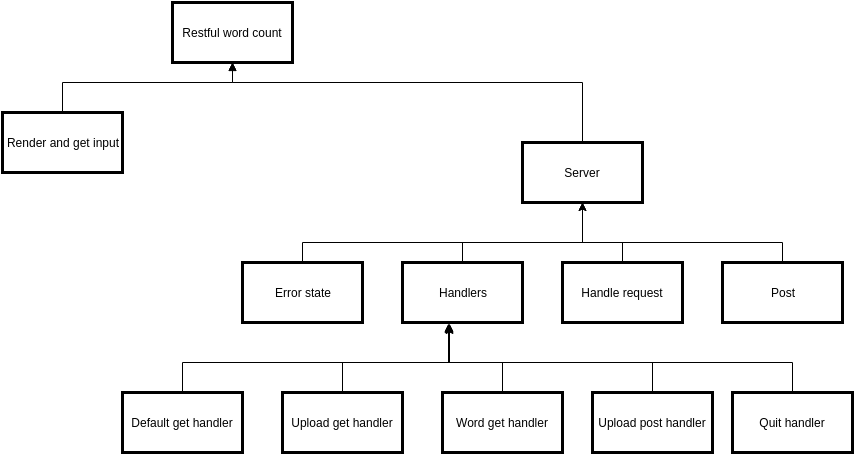
The draw.io diagram 33-restful/diagrama-simples.png in hugogrochau/exercises-in-programming-style, before a commit. Source tidied: cells renumbered, new cells last; positions are measured from the earlier drawing's top-left corner, leaving out a move shared by most shapes. Source of this version:
```xml
<mxGraphModel background="#ffffff">
  <root>
    <mxCell id="0" style="html=1;" />
    <mxCell id="1" style="html=1;" parent="0" />
    <mxCell id="2" value="Restful word count" style="whiteSpace=wrap;strokeWidth=3;html=1;" parent="1" vertex="1">
      <mxGeometry x="170" width="120" height="60" as="geometry" />
    </mxCell>
    <mxCell id="3" value="Render and get input" style="whiteSpace=wrap;strokeWidth=3;html=1;" parent="1" vertex="1">
      <mxGeometry y="110" width="120" height="60" as="geometry" />
    </mxCell>
    <mxCell id="4" style="edgeStyle=elbowEdgeStyle;elbow=vertical;rounded=0;html=1;" parent="1" edge="1" source="3" target="2">
      <mxGeometry relative="1" as="geometry">
        <Array as="points">
          <mxPoint x="230" y="80" />
          <mxPoint x="200" y="80" />
        </Array>
      </mxGeometry>
    </mxCell>
    <mxCell id="5" style="edgeStyle=orthogonalEdgeStyle;rounded=0;html=1;entryX=0.5;entryY=1;startArrow=none;startFill=0;endArrow=block;endFill=1;jettySize=auto;fontSize=10;" parent="1" edge="1" source="6" target="2">
      <mxGeometry relative="1" as="geometry">
        <Array as="points">
          <mxPoint x="580" y="80" />
          <mxPoint x="230" y="80" />
        </Array>
      </mxGeometry>
    </mxCell>
    <mxCell id="6" value="&lt;div&gt;Server&lt;/div&gt;" style="whiteSpace=wrap;strokeWidth=3;html=1;" parent="1" vertex="1">
      <mxGeometry x="520" y="140" width="120" height="60" as="geometry" />
    </mxCell>
    <mxCell id="7" style="edgeStyle=orthogonalEdgeStyle;rounded=0;html=1;exitX=0.5;exitY=0;entryX=0.5;entryY=0;startArrow=none;startFill=0;endArrow=none;endFill=0;jettySize=auto;orthogonalLoop=1;fontSize=10;" parent="1" edge="1" source="6" target="6">
      <mxGeometry relative="1" as="geometry" />
    </mxCell>
    <mxCell id="8" style="edgeStyle=orthogonalEdgeStyle;rounded=0;html=1;entryX=0.5;entryY=1;startArrow=none;startFill=0;endArrow=none;endFill=0;jettySize=auto;fontSize=10;" parent="1" edge="1" source="9" target="6">
      <mxGeometry relative="1" as="geometry">
        <Array as="points">
          <mxPoint x="300" y="240" />
          <mxPoint x="580" y="240" />
        </Array>
      </mxGeometry>
    </mxCell>
    <mxCell id="9" value="Error state" style="whiteSpace=wrap;strokeWidth=3;html=1;" parent="1" vertex="1">
      <mxGeometry x="240" y="260" width="120" height="60" as="geometry" />
    </mxCell>
    <mxCell id="10" style="edgeStyle=orthogonalEdgeStyle;rounded=0;html=1;startArrow=none;startFill=0;endArrow=none;endFill=0;jettySize=auto;fontSize=10;" parent="1" edge="1" source="11" target="6">
      <mxGeometry relative="1" as="geometry">
        <Array as="points">
          <mxPoint x="460" y="240" />
          <mxPoint x="580" y="240" />
        </Array>
      </mxGeometry>
    </mxCell>
    <mxCell id="11" value="Handlers" style="whiteSpace=wrap;strokeWidth=3;html=1;" parent="1" vertex="1">
      <mxGeometry x="400" y="260" width="120" height="60" as="geometry" />
    </mxCell>
    <mxCell id="12" value="Quit handler" style="whiteSpace=wrap;strokeWidth=3;html=1;" parent="1" vertex="1">
      <mxGeometry x="730" y="390" width="120" height="60" as="geometry" />
    </mxCell>
    <mxCell id="13" style="edgeStyle=orthogonalEdgeStyle;rounded=0;html=1;entryX=0.5;entryY=1;startArrow=none;startFill=0;endArrow=classic;endFill=1;jettySize=auto;fontSize=10;" parent="1" edge="1" source="14" target="6">
      <mxGeometry relative="1" as="geometry">
        <Array as="points">
          <mxPoint x="780" y="240" />
          <mxPoint x="580" y="240" />
        </Array>
      </mxGeometry>
    </mxCell>
    <mxCell id="14" value="Post" style="whiteSpace=wrap;strokeWidth=3;html=1;" parent="1" vertex="1">
      <mxGeometry x="720" y="260" width="120" height="60" as="geometry" />
    </mxCell>
    <mxCell id="15" value="Default get handler" style="whiteSpace=wrap;strokeWidth=3;html=1;" parent="1" vertex="1">
      <mxGeometry x="120" y="390" width="120" height="60" as="geometry" />
    </mxCell>
    <mxCell id="16" value="Upload get handler" style="whiteSpace=wrap;strokeWidth=3;html=1;" parent="1" vertex="1">
      <mxGeometry x="280" y="390" width="120" height="60" as="geometry" />
    </mxCell>
    <mxCell id="17" value="Word get handler" style="whiteSpace=wrap;strokeWidth=3;html=1;" parent="1" vertex="1">
      <mxGeometry x="440" y="390" width="120" height="60" as="geometry" />
    </mxCell>
    <mxCell id="18" value="Upload post handler" style="whiteSpace=wrap;strokeWidth=3;html=1;" parent="1" vertex="1">
      <mxGeometry x="590" y="390" width="120" height="60" as="geometry" />
    </mxCell>
    <mxCell id="19" value="Handle request" style="whiteSpace=wrap;strokeWidth=3;html=1;" parent="1" vertex="1">
      <mxGeometry x="560" y="260" width="120" height="60" as="geometry" />
    </mxCell>
    <mxCell id="20" style="edgeStyle=orthogonalEdgeStyle;rounded=0;html=1;startArrow=none;startFill=0;endArrow=classic;endFill=1;jettySize=auto;fontSize=10;" parent="1" edge="1" source="19" target="6">
      <mxGeometry relative="1" as="geometry">
        <Array as="points">
          <mxPoint x="620" y="240" />
          <mxPoint x="580" y="240" />
        </Array>
      </mxGeometry>
    </mxCell>
    <mxCell id="21" style="edgeStyle=orthogonalEdgeStyle;rounded=0;html=1;startArrow=none;startFill=0;endArrow=classic;endFill=1;jettySize=auto;fontSize=10;entryX=0.392;entryY=1.033;entryPerimeter=0;" parent="1" edge="1" source="17" target="11">
      <mxGeometry relative="1" as="geometry">
        <Array as="points">
          <mxPoint x="500" y="360" />
          <mxPoint x="447" y="360" />
        </Array>
      </mxGeometry>
    </mxCell>
    <mxCell id="22" style="edgeStyle=orthogonalEdgeStyle;rounded=0;html=1;entryX=0.392;entryY=1.017;entryPerimeter=0;startArrow=none;startFill=0;endArrow=classic;endFill=1;jettySize=auto;fontSize=10;" parent="1" edge="1" source="18" target="11">
      <mxGeometry relative="1" as="geometry">
        <Array as="points">
          <mxPoint x="650" y="360" />
          <mxPoint x="447" y="360" />
        </Array>
      </mxGeometry>
    </mxCell>
    <mxCell id="23" style="edgeStyle=orthogonalEdgeStyle;rounded=0;html=1;entryX=0.383;entryY=1.033;entryPerimeter=0;startArrow=none;startFill=0;endArrow=classic;endFill=1;jettySize=auto;fontSize=10;" parent="1" edge="1" source="12" target="11">
      <mxGeometry relative="1" as="geometry">
        <Array as="points">
          <mxPoint x="790" y="360" />
          <mxPoint x="446" y="360" />
        </Array>
      </mxGeometry>
    </mxCell>
    <mxCell id="24" style="edgeStyle=orthogonalEdgeStyle;rounded=0;html=1;entryX=0.383;entryY=1.017;entryPerimeter=0;startArrow=none;startFill=0;endArrow=classic;endFill=1;jettySize=auto;fontSize=10;" parent="1" edge="1" source="16" target="11">
      <mxGeometry relative="1" as="geometry">
        <Array as="points">
          <mxPoint x="340" y="360" />
          <mxPoint x="446" y="360" />
        </Array>
      </mxGeometry>
    </mxCell>
    <mxCell id="25" style="edgeStyle=orthogonalEdgeStyle;rounded=0;html=1;entryX=0.392;entryY=1.05;entryPerimeter=0;startArrow=none;startFill=0;endArrow=classic;endFill=1;jettySize=auto;fontSize=10;" parent="1" edge="1" source="15" target="11">
      <mxGeometry relative="1" as="geometry">
        <Array as="points">
          <mxPoint x="180" y="360" />
          <mxPoint x="447" y="360" />
        </Array>
      </mxGeometry>
    </mxCell>
  </root>
</mxGraphModel>
```
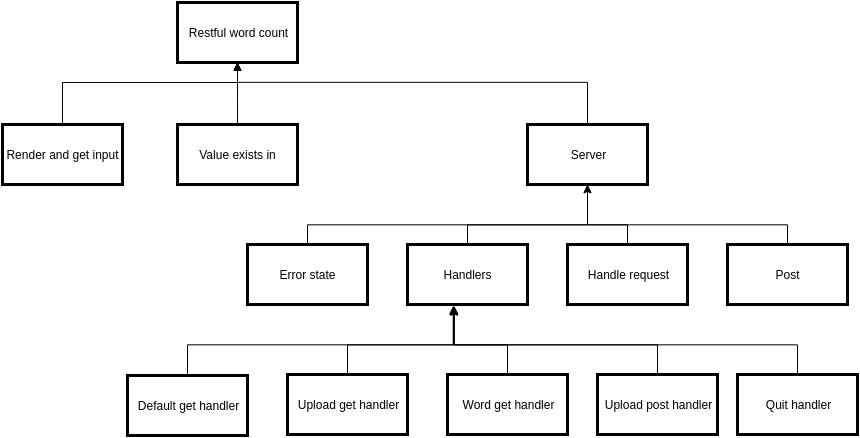
The same diagram one commit later.

Commit message:
Add new function to diagrams

Change to the diagram source:
```diff
@@ -3,24 +3,24 @@
     <mxCell id="0" style="html=1;" />
     <mxCell id="1" style="html=1;" parent="0" />
     <mxCell id="2" value="Restful word count" style="whiteSpace=wrap;strokeWidth=3;html=1;" parent="1" vertex="1">
-      <mxGeometry x="170" width="120" height="60" as="geometry" />
+      <mxGeometry x="170" y="18" width="120" height="60" as="geometry" />
     </mxCell>
     <mxCell id="3" value="Render and get input" style="whiteSpace=wrap;strokeWidth=3;html=1;" parent="1" vertex="1">
-      <mxGeometry y="110" width="120" height="60" as="geometry" />
+      <mxGeometry x="-5" y="140" width="120" height="60" as="geometry" />
     </mxCell>
     <mxCell id="4" style="edgeStyle=elbowEdgeStyle;elbow=vertical;rounded=0;html=1;" parent="1" edge="1" source="3" target="2">
       <mxGeometry relative="1" as="geometry">
         <Array as="points">
-          <mxPoint x="230" y="80" />
-          <mxPoint x="200" y="80" />
+          <mxPoint x="230" y="98" />
+          <mxPoint x="200" y="98" />
         </Array>
       </mxGeometry>
     </mxCell>
     <mxCell id="5" style="edgeStyle=orthogonalEdgeStyle;rounded=0;html=1;entryX=0.5;entryY=1;startArrow=none;startFill=0;endArrow=block;endFill=1;jettySize=auto;fontSize=10;" parent="1" edge="1" source="6" target="2">
       <mxGeometry relative="1" as="geometry">
         <Array as="points">
-          <mxPoint x="580" y="80" />
-          <mxPoint x="230" y="80" />
+          <mxPoint x="580" y="98" />
+          <mxPoint x="230" y="98" />
         </Array>
       </mxGeometry>
     </mxCell>
@@ -67,7 +67,7 @@
       <mxGeometry x="720" y="260" width="120" height="60" as="geometry" />
     </mxCell>
     <mxCell id="15" value="Default get handler" style="whiteSpace=wrap;strokeWidth=3;html=1;" parent="1" vertex="1">
-      <mxGeometry x="120" y="390" width="120" height="60" as="geometry" />
+      <mxGeometry x="120" y="391" width="120" height="60" as="geometry" />
     </mxCell>
     <mxCell id="16" value="Upload get handler" style="whiteSpace=wrap;strokeWidth=3;html=1;" parent="1" vertex="1">
       <mxGeometry x="280" y="390" width="120" height="60" as="geometry" />
@@ -121,13 +121,25 @@
         </Array>
       </mxGeometry>
     </mxCell>
-    <mxCell id="25" style="edgeStyle=orthogonalEdgeStyle;rounded=0;html=1;entryX=0.392;entryY=1.05;entryPerimeter=0;startArrow=none;startFill=0;endArrow=classic;endFill=1;jettySize=auto;fontSize=10;" parent="1" edge="1" source="15" target="11">
+    <mxCell id="25" style="edgeStyle=orthogonalEdgeStyle;rounded=0;html=1;entryX=0.392;entryY=1.05;entryPerimeter=0;startArrow=none;startFill=0;endArrow=classic;endFill=1;jettySize=auto;fontSize=10;" parent="1" edge="1" target="11">
       <mxGeometry relative="1" as="geometry">
+        <mxPoint x="180" y="390" as="sourcePoint" />
         <Array as="points">
           <mxPoint x="180" y="360" />
           <mxPoint x="447" y="360" />
         </Array>
       </mxGeometry>
     </mxCell>
+    <mxCell id="26" style="edgeStyle=orthogonalEdgeStyle;rounded=0;html=1;entryX=0.5;entryY=1;startArrow=none;startFill=0;endArrow=classic;endFill=1;jettySize=auto;fontSize=10;" parent="1" edge="1" source="27" target="2">
+      <mxGeometry relative="1" as="geometry">
+        <Array as="points">
+          <mxPoint x="230" y="118" />
+          <mxPoint x="230" y="118" />
+        </Array>
+      </mxGeometry>
+    </mxCell>
+    <mxCell id="27" value="Value exists in" style="whiteSpace=wrap;strokeWidth=3;html=1;" parent="1" vertex="1">
+      <mxGeometry x="170" y="140" width="120" height="60" as="geometry" />
+    </mxCell>
   </root>
 </mxGraphModel>
```
